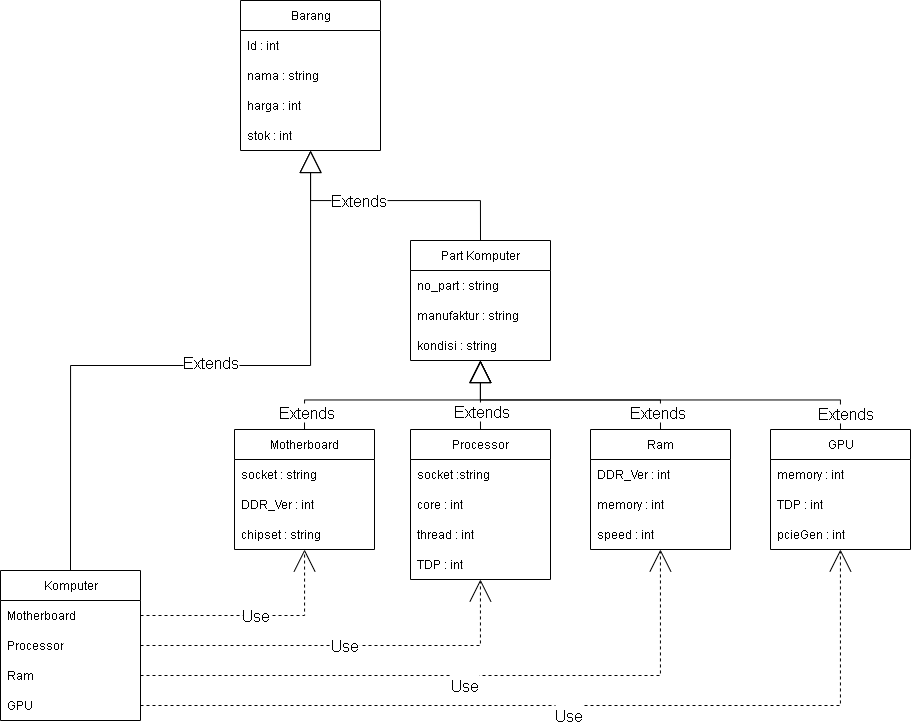
Earlier version of the draw.io export Dokumentasi/Diagram_TP3DPBO.png (Shinbazakura/TP3DPBO2425C1). Source tidied: cells renumbered, new cells last; positions are measured from the earlier drawing's top-left corner, leaving out a move shared by most shapes.
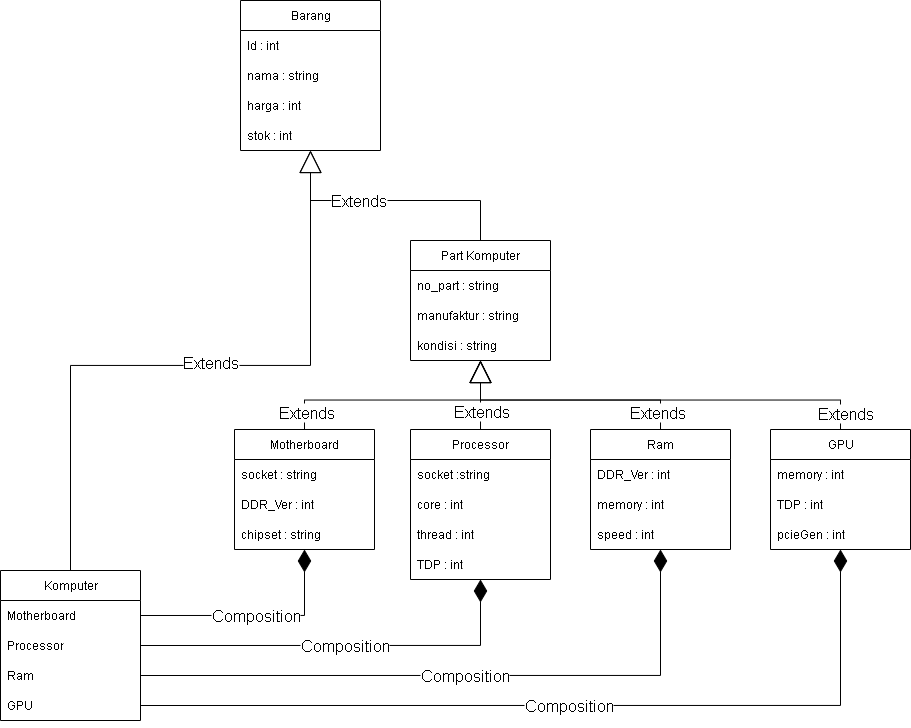
The same file after the commit.

Diff of the diagram source:
```diff
@@ -142,16 +142,16 @@
     <mxCell id="44" value="GPU" style="text;strokeColor=none;fillColor=none;align=left;verticalAlign=middle;spacingLeft=4;spacingRight=4;overflow=hidden;points=[[0,0.5],[1,0.5]];portConstraint=eastwest;whiteSpace=wrap;html=1;" parent="40" vertex="1">
       <mxGeometry y="120" width="140" height="30" as="geometry" />
     </mxCell>
-    <mxCell id="45" value="&lt;font style=&quot;font-size: 16px;&quot;&gt;Use&lt;/font&gt;" style="edgeStyle=orthogonalEdgeStyle;rounded=0;jettySize=auto;html=1;exitX=1;exitY=0.5;exitDx=0;exitDy=0;endArrow=open;endFill=0;endSize=20;dashed=1;" parent="1" edge="1" source="41" target="28">
+    <mxCell id="45" value="&lt;font style=&quot;font-size: 16px;&quot;&gt;Composition&lt;/font&gt;" style="edgeStyle=orthogonalEdgeStyle;rounded=0;jettySize=auto;html=1;exitX=1;exitY=0.5;exitDx=0;exitDy=0;endArrow=diamondThin;endFill=1;endSize=20;" parent="1" edge="1" source="41" target="28">
       <mxGeometry relative="1" as="geometry" />
     </mxCell>
-    <mxCell id="46" value="&lt;font style=&quot;font-size: 16px;&quot;&gt;&lt;span style=&quot;color: rgb(0, 0, 0); font-family: Helvetica; font-style: normal; font-variant-ligatures: normal; font-variant-caps: normal; font-weight: 400; letter-spacing: normal; orphans: 2; text-align: center; text-indent: 0px; text-transform: none; widows: 2; word-spacing: 0px; -webkit-text-stroke-width: 0px; white-space: nowrap; background-color: rgb(255, 255, 255); text-decoration-thickness: initial; text-decoration-style: initial; text-decoration-color: initial; float: none; display: inline !important;&quot;&gt;Use&lt;/span&gt;&lt;br&gt;&lt;/font&gt;" style="edgeStyle=orthogonalEdgeStyle;rounded=0;jettySize=auto;html=1;exitX=1;exitY=0.5;exitDx=0;exitDy=0;endArrow=open;endFill=0;endSize=20;dashed=1;" parent="1" edge="1" source="42" target="11">
+    <mxCell id="46" value="&lt;font style=&quot;font-size: 16px;&quot;&gt;Composition&lt;/font&gt;" style="edgeStyle=orthogonalEdgeStyle;rounded=0;jettySize=auto;html=1;exitX=1;exitY=0.5;exitDx=0;exitDy=0;endArrow=diamondThin;endFill=1;endSize=20;" parent="1" edge="1" source="42" target="11">
       <mxGeometry relative="1" as="geometry" />
     </mxCell>
-    <mxCell id="47" value="&lt;font style=&quot;font-size: 16px;&quot;&gt;&lt;br&gt;&lt;span style=&quot;color: rgb(0, 0, 0); font-family: Helvetica; font-style: normal; font-variant-ligatures: normal; font-variant-caps: normal; font-weight: 400; letter-spacing: normal; orphans: 2; text-align: center; text-indent: 0px; text-transform: none; widows: 2; word-spacing: 0px; -webkit-text-stroke-width: 0px; white-space: nowrap; background-color: rgb(255, 255, 255); text-decoration-thickness: initial; text-decoration-style: initial; text-decoration-color: initial; float: none; display: inline !important;&quot;&gt;Use&lt;/span&gt;&lt;br&gt;&lt;/font&gt;" style="edgeStyle=orthogonalEdgeStyle;rounded=0;jettySize=auto;html=1;exitX=1;exitY=0.5;exitDx=0;exitDy=0;endArrow=open;endFill=0;endSize=20;dashed=1;" parent="1" edge="1" source="43" target="22">
+    <mxCell id="47" value="&lt;font style=&quot;font-size: 16px;&quot;&gt;Composition&lt;/font&gt;" style="edgeStyle=orthogonalEdgeStyle;rounded=0;jettySize=auto;html=1;exitX=1;exitY=0.5;exitDx=0;exitDy=0;endArrow=diamondThin;endFill=1;endSize=20;" parent="1" edge="1" source="43" target="22">
       <mxGeometry relative="1" as="geometry" />
     </mxCell>
-    <mxCell id="48" value="&lt;font style=&quot;font-size: 16px;&quot;&gt;&lt;br&gt;&lt;span style=&quot;color: rgb(0, 0, 0); font-family: Helvetica; font-style: normal; font-variant-ligatures: normal; font-variant-caps: normal; font-weight: 400; letter-spacing: normal; orphans: 2; text-align: center; text-indent: 0px; text-transform: none; widows: 2; word-spacing: 0px; -webkit-text-stroke-width: 0px; white-space: nowrap; background-color: rgb(255, 255, 255); text-decoration-thickness: initial; text-decoration-style: initial; text-decoration-color: initial; float: none; display: inline !important;&quot;&gt;Use&lt;/span&gt;&lt;br&gt;&lt;/font&gt;" style="edgeStyle=orthogonalEdgeStyle;rounded=0;jettySize=auto;html=1;exitX=1;exitY=0.5;exitDx=0;exitDy=0;endArrow=open;endFill=0;endSize=20;dashed=1;" parent="1" edge="1" source="44" target="34">
+    <mxCell id="48" value="&lt;font style=&quot;font-size: 16px;&quot;&gt;Composition&lt;/font&gt;" style="edgeStyle=orthogonalEdgeStyle;rounded=0;jettySize=auto;html=1;exitX=1;exitY=0.5;exitDx=0;exitDy=0;endArrow=diamondThin;endFill=1;endSize=20;" parent="1" edge="1" source="44" target="34">
       <mxGeometry relative="1" as="geometry" />
     </mxCell>
   </root>
```
